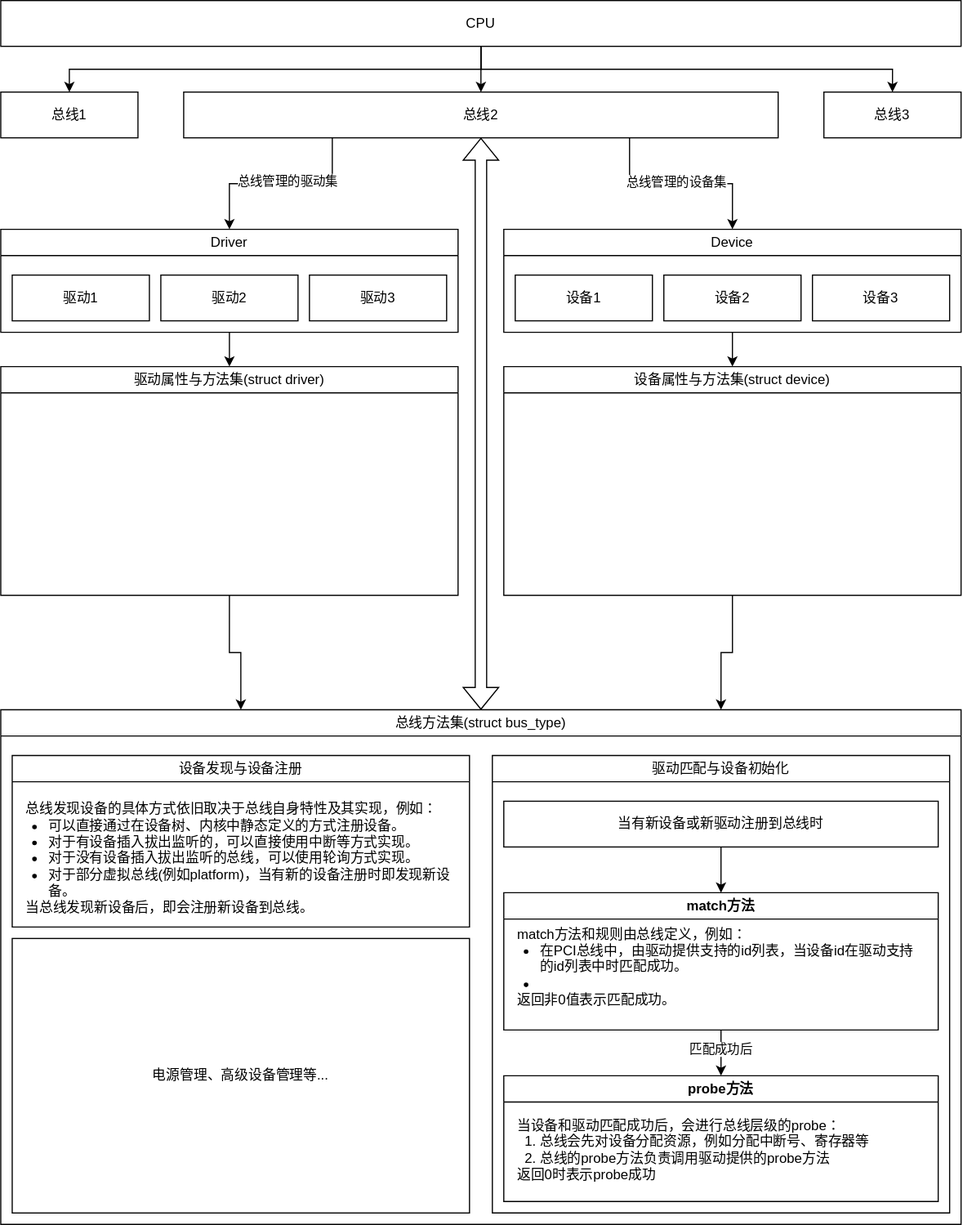
Before: Linux内核原理及其开发/Resources/Linux设备模型概览.drawio.svg, a diagram exported from draw.io (h13-0/Notebooks). Source tidied: cells renumbered, new cells last; positions are measured from the earlier drawing's top-left corner, leaving out a move shared by most shapes.
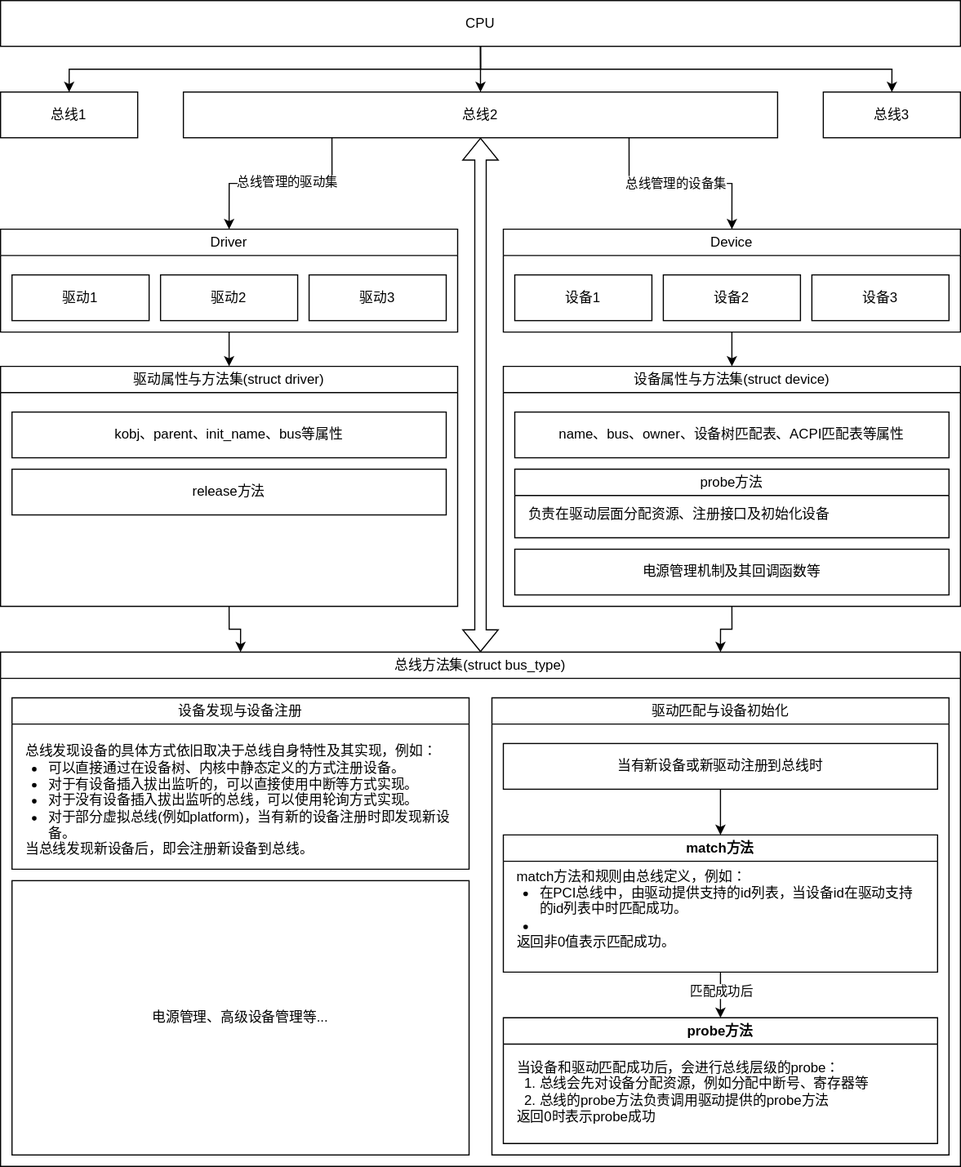
The same diagram one commit later.

Commit message:
vault backup: 2025-05-11 17:40:07

Change to the diagram source:
```diff
@@ -70,7 +70,7 @@
       <mxGeometry x="10" y="40" width="120" height="40" as="geometry" />
     </mxCell>
     <mxCell id="23" value="&lt;span style=&quot;font-weight: normal;&quot;&gt;总线方法集(struct bus_type)&lt;/span&gt;" style="swimlane;whiteSpace=wrap;html=1;" parent="1" vertex="1">
-      <mxGeometry y="620" width="840" height="450" as="geometry" />
+      <mxGeometry y="570" width="840" height="450" as="geometry" />
     </mxCell>
     <mxCell id="24" value="&lt;span style=&quot;font-weight: 400;&quot;&gt;驱动匹配与设备初始化&lt;/span&gt;" style="swimlane;whiteSpace=wrap;html=1;" parent="23" vertex="1">
       <mxGeometry x="430" y="40" width="400" height="400" as="geometry" />
@@ -112,14 +112,32 @@
       <mxGeometry relative="1" as="geometry" />
     </mxCell>
     <mxCell id="37" value="&lt;span style=&quot;font-weight: normal;&quot;&gt;驱动属性与方法集(struct driver)&lt;/span&gt;" style="swimlane;whiteSpace=wrap;html=1;" parent="1" vertex="1">
-      <mxGeometry y="320" width="400" height="200" as="geometry" />
+      <mxGeometry y="320" width="400" height="210" as="geometry" />
     </mxCell>
+    <mxCell id="41" value="release方法" style="rounded=0;whiteSpace=wrap;html=1;" parent="37" vertex="1">
+      <mxGeometry x="10" y="90" width="380" height="40" as="geometry" />
+    </mxCell>
+    <mxCell id="42" value="kobj、parent、init_name、bus等属性" style="rounded=0;whiteSpace=wrap;html=1;" parent="37" vertex="1">
+      <mxGeometry x="10" y="40" width="380" height="40" as="geometry" />
+    </mxCell>
     <mxCell id="38" style="edgeStyle=orthogonalEdgeStyle;rounded=0;jettySize=auto;html=1;exitX=0.5;exitY=1;exitDx=0;exitDy=0;entryX=0.75;entryY=0;entryDx=0;entryDy=0;" parent="1" edge="1" source="39" target="23">
       <mxGeometry relative="1" as="geometry" />
     </mxCell>
     <mxCell id="39" value="&lt;span style=&quot;font-weight: normal;&quot;&gt;设备属性与方法集(struct device)&lt;/span&gt;" style="swimlane;whiteSpace=wrap;html=1;" parent="1" vertex="1">
-      <mxGeometry x="440" y="320" width="400" height="200" as="geometry" />
+      <mxGeometry x="440" y="320" width="400" height="210" as="geometry" />
     </mxCell>
+    <mxCell id="43" value="&lt;span style=&quot;font-weight: normal;&quot;&gt;probe方法&lt;/span&gt;" style="swimlane;whiteSpace=wrap;html=1;" parent="39" vertex="1">
+      <mxGeometry x="10" y="90" width="380" height="60" as="geometry" />
+    </mxCell>
+    <mxCell id="44" value="负责在驱动层面分配资源、注册接口及初始化设备" style="text;html=1;align=left;verticalAlign=middle;strokeColor=none;fillColor=none;" parent="43" vertex="1">
+      <mxGeometry x="10" y="25" width="290" height="30" as="geometry" />
+    </mxCell>
+    <mxCell id="45" value="name、bus、owner、设备树匹配表、ACPI匹配表等属性" style="rounded=0;whiteSpace=wrap;html=1;" parent="39" vertex="1">
+      <mxGeometry x="10" y="40" width="380" height="40" as="geometry" />
+    </mxCell>
+    <mxCell id="46" value="电源管理机制及其回调函数等" style="rounded=0;whiteSpace=wrap;html=1;" parent="39" vertex="1">
+      <mxGeometry x="10" y="160" width="380" height="40" as="geometry" />
+    </mxCell>
     <mxCell id="40" style="shape=flexArrow;endArrow=classic;startArrow=classic;html=1;rounded=0;entryX=0.5;entryY=1;entryDx=0;entryDy=0;exitX=0.5;exitY=0;exitDx=0;exitDy=0;" parent="1" edge="1" source="23" target="11">
       <mxGeometry relative="1" as="geometry" />
     </mxCell>
```
